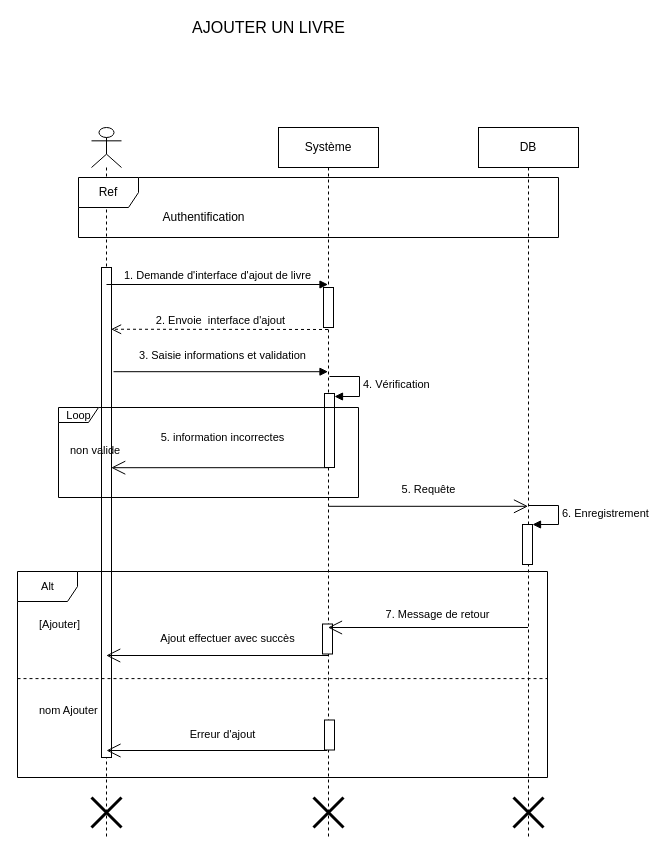
The draw.io diagram page "Ajouter de livres" (9 of 18) of Untitled Diagram.drawio in keidy001/virtual-biblio, before the edit. Source tidied: cells renumbered, new cells numbered last; positions are measured from the earlier drawing's top-left corner, leaving out a move shared by most shapes. Both pictures are drawn from the tidied source at 100%, with x=0, y=0 at pixel (17, 17).
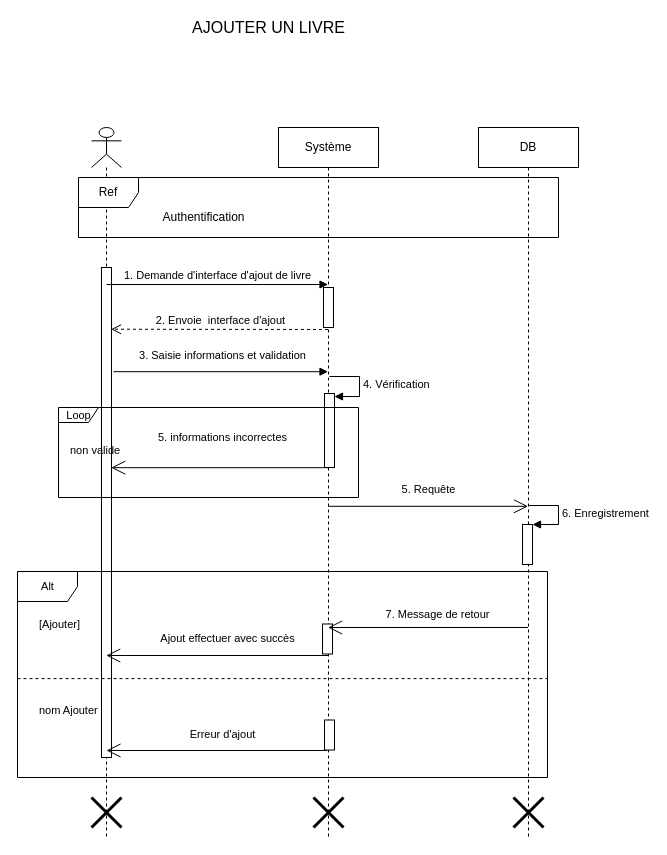
Above is the later version.

Unchanged cells that the change refers to:
```xml
<mxCell id="19" value="Loop" style="shape=umlFrame;tabWidth=110;tabHeight=30;tabPosition=left;html=1;boundedLbl=1;labelInHeader=1;width=40;height=15;fontSize=11;" parent="1" vertex="1">
  <mxGeometry x="41" y="390" width="300" height="90" as="geometry" />
</mxCell>
```

Diff of the diagram source:
```diff
@@
-    <mxCell id="22" value="5. information incorrectes" style="text;html=1;align=center;verticalAlign=middle;strokeColor=none;fillColor=none;fontSize=11;" parent="19" vertex="1">
+    <mxCell id="22" value="5. informations incorrectes" style="text;html=1;align=center;verticalAlign=middle;strokeColor=none;fillColor=none;fontSize=11;" parent="19" vertex="1">
       <mxGeometry x="94.2" y="20" width="140" height="20" as="geometry" />
     </mxCell>
```
